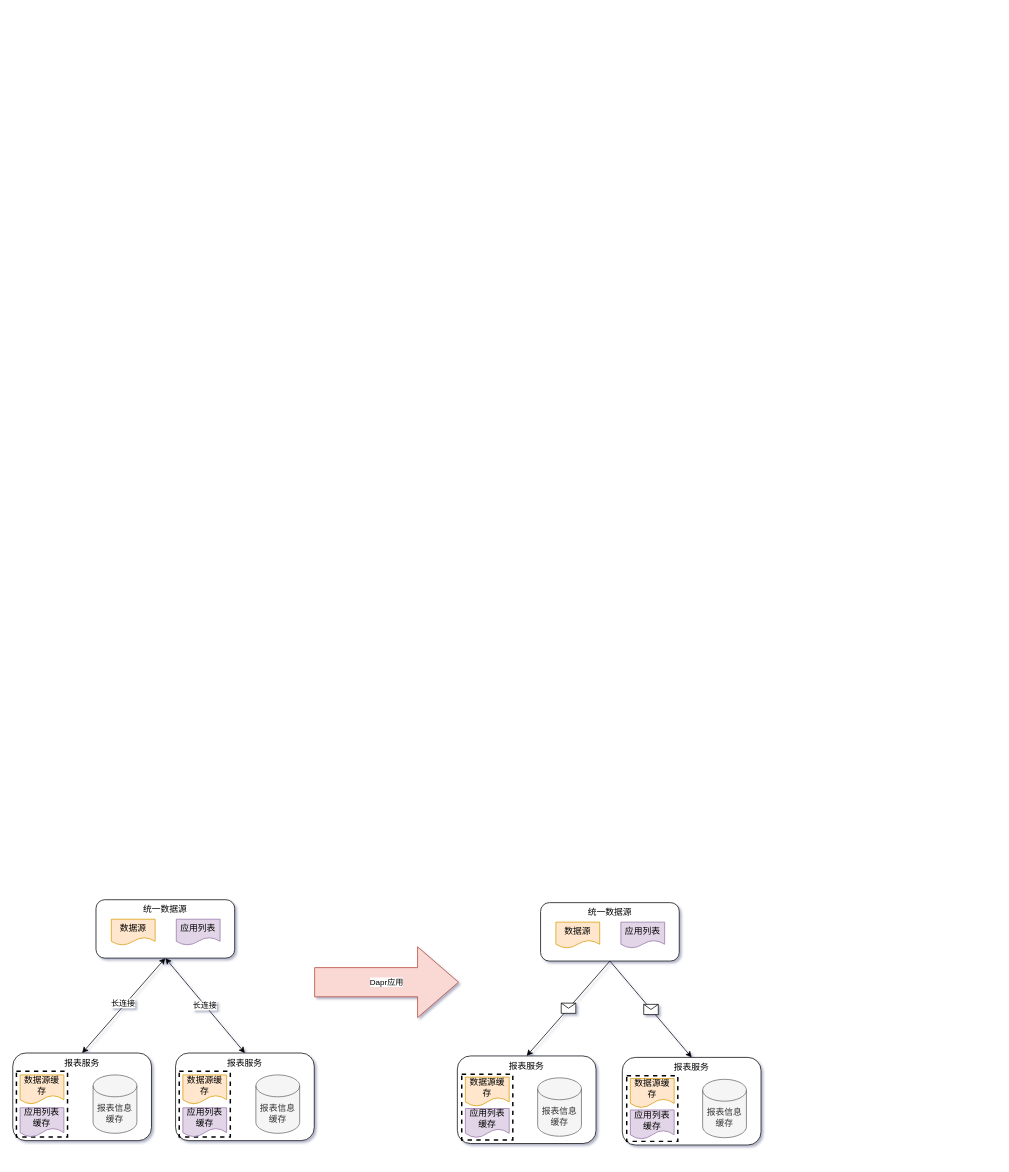
Before: 关系图.drawio in cwsheng/drawingio, a draw.io diagram. Source tidied: cells renumbered, new cells numbered last; positions are measured from the earlier drawing's top-left corner, leaving out a move shared by most shapes. Both pictures are drawn from the tidied source at 73%, with x=0, y=0 at pixel (12, 899).
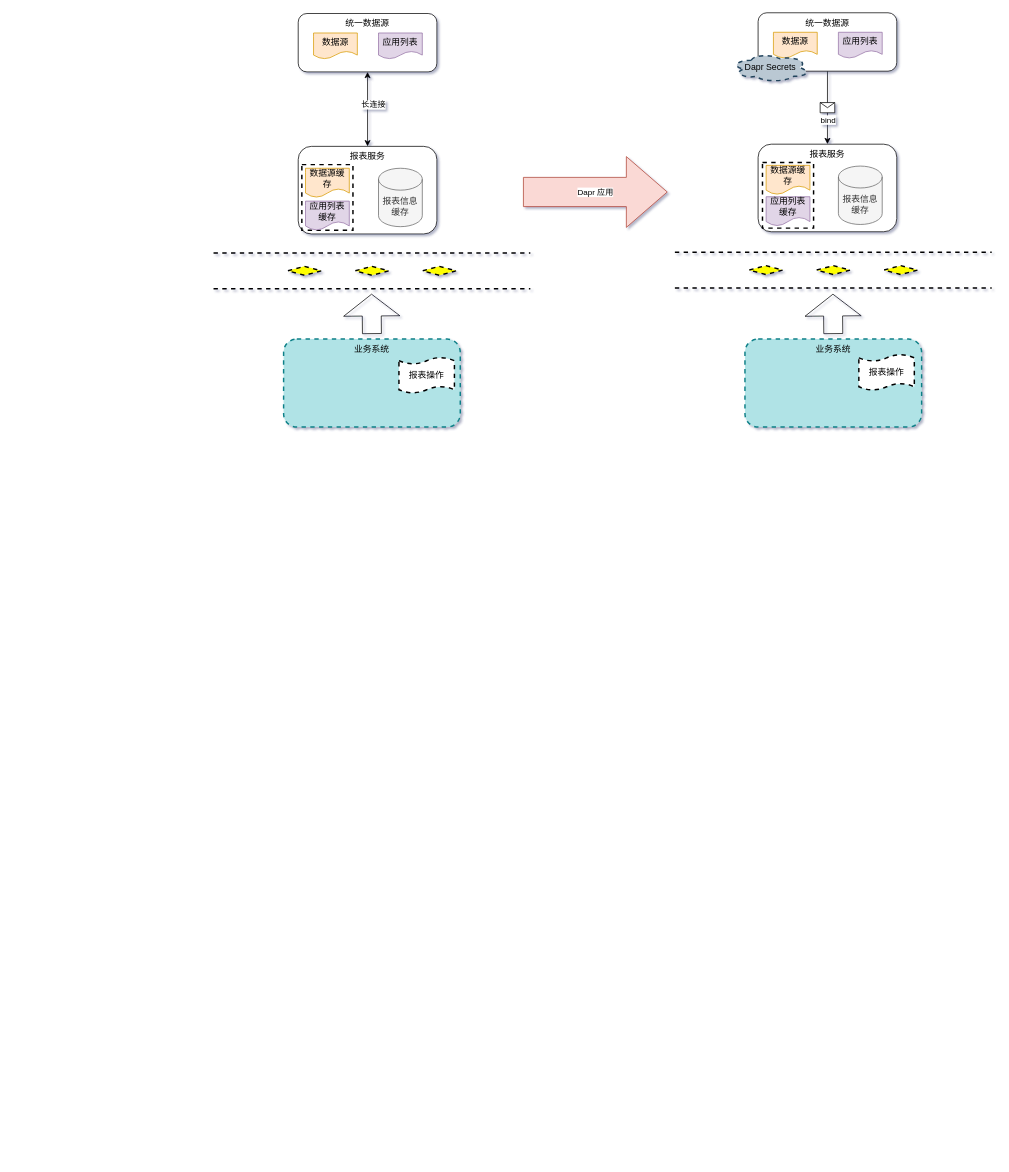
Above is the later version.

Commit message:
更新关系图.drawio

The change refers to these unchanged cells:
```xml
<mxCell id="8" style="endArrow=classic;html=1;rounded=0;entryX=0.5;entryY=0;entryDx=0;entryDy=0;exitX=0.5;exitY=1;exitDx=0;exitDy=0;" parent="1" edge="1" source="13" target="3">
  <mxGeometry relative="1" as="geometry" />
</mxCell>
<mxCell id="13" value="统一数据源" style="rounded=1;whiteSpace=wrap;html=1;verticalAlign=top;" parent="12" vertex="1">
  <mxGeometry width="190" height="80" as="geometry" />
</mxCell>
<mxCell id="24" value="统一数据源" style="rounded=1;whiteSpace=wrap;html=1;verticalAlign=top;" parent="23" vertex="1">
  <mxGeometry width="190" height="80" as="geometry" />
</mxCell>
```

Change to the diagram source:
```diff
@@
     <mxCell id="2" style="group;" parent="1" vertex="1">
-      <mxGeometry x="609" y="204" width="190" height="120" as="geometry" />
+      <mxGeometry x="1021" y="-1045" width="190" height="120" as="geometry" />
     </mxCell>
@@
-    <mxCell id="10" style="endArrow=classic;html=1;rounded=0;exitX=0.5;exitY=1;exitDx=0;exitDy=0;entryX=0.5;entryY=0;entryDx=0;entryDy=0;" parent="1" edge="1" source="13" target="39">
-      <mxGeometry relative="1" as="geometry" />
-    </mxCell>
-    <mxCell id="11" style="shape=message;html=1;" parent="10" vertex="1">
-      <mxGeometry width="20" height="14" relative="1" as="geometry">
-        <mxPoint x="-10" y="-7" as="offset" />
-      </mxGeometry>
-    </mxCell>
+    <mxCell id="44" value="bind" style="edgeLabel;html=1;align=center;verticalAlign=middle;" parent="8" vertex="1">
+      <mxGeometry x="0.32" relative="1" as="geometry" />
+    </mxCell>
     <mxCell id="12" style="group;" parent="1" vertex="1">
-      <mxGeometry x="723" y="4" width="190" height="80" as="geometry" />
+      <mxGeometry x="1021" y="-1215" width="190" height="99" as="geometry" />
     </mxCell>
@@
+    <mxCell id="45" value="Dapr Secrets" style="ellipse;shape=cloud;whiteSpace=wrap;html=1;dashed=1;strokeWidth=2;fillColor=#bac8d3;strokeColor=#23445d;" parent="12" vertex="1">
+      <mxGeometry x="-36" y="55" width="106" height="40" as="geometry" />
+    </mxCell>
     <mxCell id="16" style="group;" parent="1" vertex="1">
-      <mxGeometry y="210" width="190" height="140" as="geometry" />
+      <mxGeometry x="391" y="-1037" width="190" height="140" as="geometry" />
     </mxCell>
     <mxCell id="17" style="group;" parent="16" vertex="1">
-      <mxGeometry width="190" height="120" as="geometry" />
+      <mxGeometry y="5" width="190" height="120" as="geometry" />
     </mxCell>
@@
     <mxCell id="23" style="group;" parent="1" vertex="1">
-      <mxGeometry x="114" width="190" height="80" as="geometry" />
+      <mxGeometry x="391" y="-1214" width="190" height="80" as="geometry" />
     </mxCell>
@@
-    <mxCell id="27" value="Dapr应用" style="shape=flexArrow;endArrow=classic;html=1;rounded=0;endWidth=56;endSize=18.33;width=40;fillColor=#fad9d5;strokeColor=#ae4132;" parent="1" edge="1">
+    <mxCell id="27" value="Dapr 应用" style="shape=flexArrow;endArrow=classic;html=1;rounded=0;endWidth=56;endSize=18.33;width=40;fillColor=#fad9d5;strokeColor=#ae4132;" parent="1" edge="1">
       <mxGeometry relative="1" as="geometry">
-        <mxPoint x="413" y="113" as="sourcePoint" />
-        <mxPoint x="611" y="113" as="targetPoint" />
+        <mxPoint x="699" y="-969.5" as="sourcePoint" />
+        <mxPoint x="897" y="-969.5" as="targetPoint" />
       </mxGeometry>
     </mxCell>
@@
-    <mxCell id="30" value="长连接" style="endArrow=classic;startArrow=classic;html=1;rounded=0;entryX=0.5;entryY=1;entryDx=0;entryDy=0;exitX=0.5;exitY=0;exitDx=0;exitDy=0;" parent="1" edge="1" source="33" target="24">
-      <mxGeometry relative="1" as="geometry" />
-    </mxCell>
-    <mxCell id="31" style="group;" parent="1" vertex="1">
-      <mxGeometry x="223" y="210" width="190" height="140" as="geometry" />
-    </mxCell>
-    <mxCell id="32" style="group;" parent="31" vertex="1">
-      <mxGeometry width="190" height="120" as="geometry" />
-    </mxCell>
-    <mxCell id="33" value="报表服务" style="rounded=1;whiteSpace=wrap;html=1;verticalAlign=top;" parent="32" vertex="1">
-      <mxGeometry width="190" height="120" as="geometry" />
-    </mxCell>
-    <mxCell id="34" style="rounded=0;whiteSpace=wrap;html=1;dashed=1;strokeWidth=2;" parent="32" vertex="1">
-      <mxGeometry x="5" y="25" width="70" height="90" as="geometry" />
-    </mxCell>
-    <mxCell id="35" value="数据源缓存" style="shape=document;whiteSpace=wrap;html=1;boundedLbl=1;fillColor=#ffe6cc;strokeColor=#d79b00;" parent="32" vertex="1">
-      <mxGeometry x="10" y="30" width="60" height="40" as="geometry" />
-    </mxCell>
-    <mxCell id="36" value="应用列表缓存" style="shape=document;whiteSpace=wrap;html=1;boundedLbl=1;fillColor=#e1d5e7;strokeColor=#9673a6;" parent="32" vertex="1">
-      <mxGeometry x="10" y="75" width="60" height="40" as="geometry" />
-    </mxCell>
-    <mxCell id="37" value="报表信息缓存" style="shape=cylinder3;whiteSpace=wrap;html=1;boundedLbl=1;backgroundOutline=1;size=15;fillColor=#f5f5f5;fontColor=#333333;strokeColor=#666666;" parent="32" vertex="1">
-      <mxGeometry x="110" y="30" width="60" height="80" as="geometry" />
-    </mxCell>
-    <mxCell id="38" style="group;" parent="1" vertex="1">
-      <mxGeometry x="835" y="216" width="190" height="120" as="geometry" />
-    </mxCell>
-    <mxCell id="39" value="报表服务" style="rounded=1;whiteSpace=wrap;html=1;verticalAlign=top;" parent="38" vertex="1">
-      <mxGeometry width="190" height="120" as="geometry" />
-    </mxCell>
-    <mxCell id="40" value="报表信息缓存" style="shape=cylinder3;whiteSpace=wrap;html=1;boundedLbl=1;backgroundOutline=1;size=15;fillColor=#f5f5f5;fontColor=#333333;strokeColor=#666666;" parent="38" vertex="1">
-      <mxGeometry x="110" y="30" width="60" height="80" as="geometry" />
-    </mxCell>
-    <mxCell id="41" style="rounded=0;whiteSpace=wrap;html=1;dashed=1;strokeWidth=2;" parent="38" vertex="1">
-      <mxGeometry x="6" y="25" width="70" height="90" as="geometry" />
-    </mxCell>
-    <mxCell id="42" value="应用列表缓存" style="shape=document;whiteSpace=wrap;html=1;boundedLbl=1;fillColor=#e1d5e7;strokeColor=#9673a6;" parent="38" vertex="1">
-      <mxGeometry x="11" y="72" width="60" height="40" as="geometry" />
-    </mxCell>
-    <mxCell id="43" value="数据源缓存" style="shape=document;whiteSpace=wrap;html=1;boundedLbl=1;fillColor=#ffe6cc;strokeColor=#d79b00;" parent="38" vertex="1">
-      <mxGeometry x="11" y="29" width="60" height="40" as="geometry" />
-    </mxCell>
+    <mxCell id="46" style="verticalLabelPosition=bottom;verticalAlign=top;html=1;shape=mxgraph.flowchart.parallel_mode;dashed=1;strokeWidth=2;" parent="1" vertex="1">
+      <mxGeometry x="275" y="-886" width="434" height="49" as="geometry" />
+    </mxCell>
+    <mxCell id="47" style="verticalLabelPosition=bottom;verticalAlign=top;html=1;shape=mxgraph.flowchart.parallel_mode;dashed=1;strokeWidth=2;" parent="1" vertex="1">
+      <mxGeometry x="907" y="-887" width="434" height="49" as="geometry" />
+    </mxCell>
+    <mxCell id="48" value="业务系统" style="rounded=1;whiteSpace=wrap;html=1;verticalAlign=top;dashed=1;strokeWidth=2;fillColor=#b0e3e6;strokeColor=#0e8088;" parent="1" vertex="1">
+      <mxGeometry x="371" y="-768" width="242" height="120.5" as="geometry" />
+    </mxCell>
+    <mxCell id="49" value="业务系统" style="rounded=1;whiteSpace=wrap;html=1;verticalAlign=top;dashed=1;strokeWidth=2;fillColor=#b0e3e6;strokeColor=#0e8088;" parent="1" vertex="1">
+      <mxGeometry x="1003" y="-768" width="242" height="120.5" as="geometry" />
+    </mxCell>
+    <mxCell id="50" style="shape=flexArrow;endArrow=classic;html=1;endWidth=50;endSize=9.63;width=26;" parent="1" edge="1">
+      <mxGeometry relative="1" as="geometry">
+        <mxPoint x="492" y="-775" as="sourcePoint" />
+        <mxPoint x="491.5" y="-830" as="targetPoint" />
+      </mxGeometry>
+    </mxCell>
+    <mxCell id="51" style="shape=flexArrow;endArrow=classic;html=1;endWidth=50;endSize=9.63;width=26;" parent="1" edge="1">
+      <mxGeometry relative="1" as="geometry">
+        <mxPoint x="1124" y="-775" as="sourcePoint" />
+        <mxPoint x="1123.5" y="-830" as="targetPoint" />
+      </mxGeometry>
+    </mxCell>
+    <mxCell id="52" value="报表操作" style="shape=tape;whiteSpace=wrap;html=1;strokeWidth=2;size=0.19;dashed=1;" parent="1" vertex="1">
+      <mxGeometry x="529" y="-743" width="76" height="49" as="geometry" />
+    </mxCell>
+    <mxCell id="53" value="报表操作" style="shape=tape;whiteSpace=wrap;html=1;strokeWidth=2;size=0.19;dashed=1;" parent="1" vertex="1">
+      <mxGeometry x="1159" y="-747" width="76" height="49" as="geometry" />
+    </mxCell>
```
